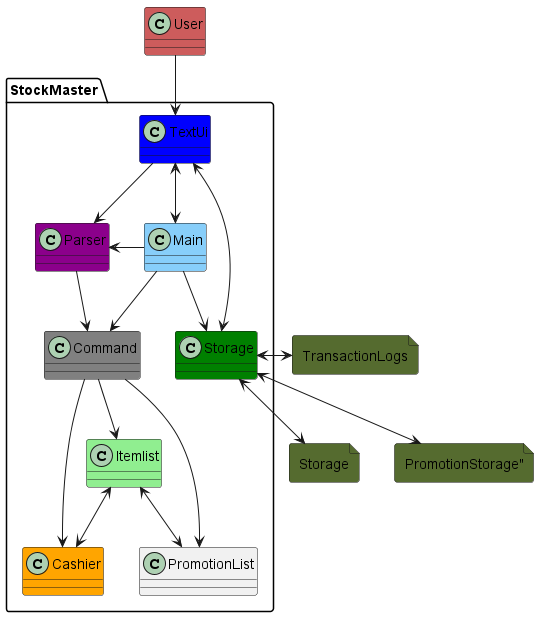
The PlantUML diagram docs/Diagrams/Images/ArchitectureDiagram.png in LowTL/tp, before a commit.
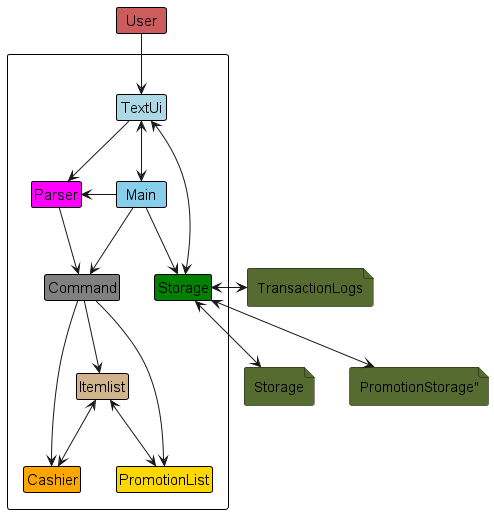
Later version of the same file.

The edit, as a diff of the source:
```diff
@@ -1,14 +1,15 @@
 @startuml
+!include Style.puml
 
-package "StockMaster" {
-Class TextUi #Blue
-Class Parser #DarkMagenta
-Class Main #LightSkyBlue
+package "" as f {
+Class TextUi #LightBlue
+Class Parser #Magenta
+Class Main #SkyBlue
 Class Storage #Green
 Class Command #Grey
 Class Cashier #Orange
-Class PromotionList
-Class Itemlist #LightGreen
+Class PromotionList #Gold
+Class Itemlist #Tan
 }
 
 Class User #IndianRed
```
